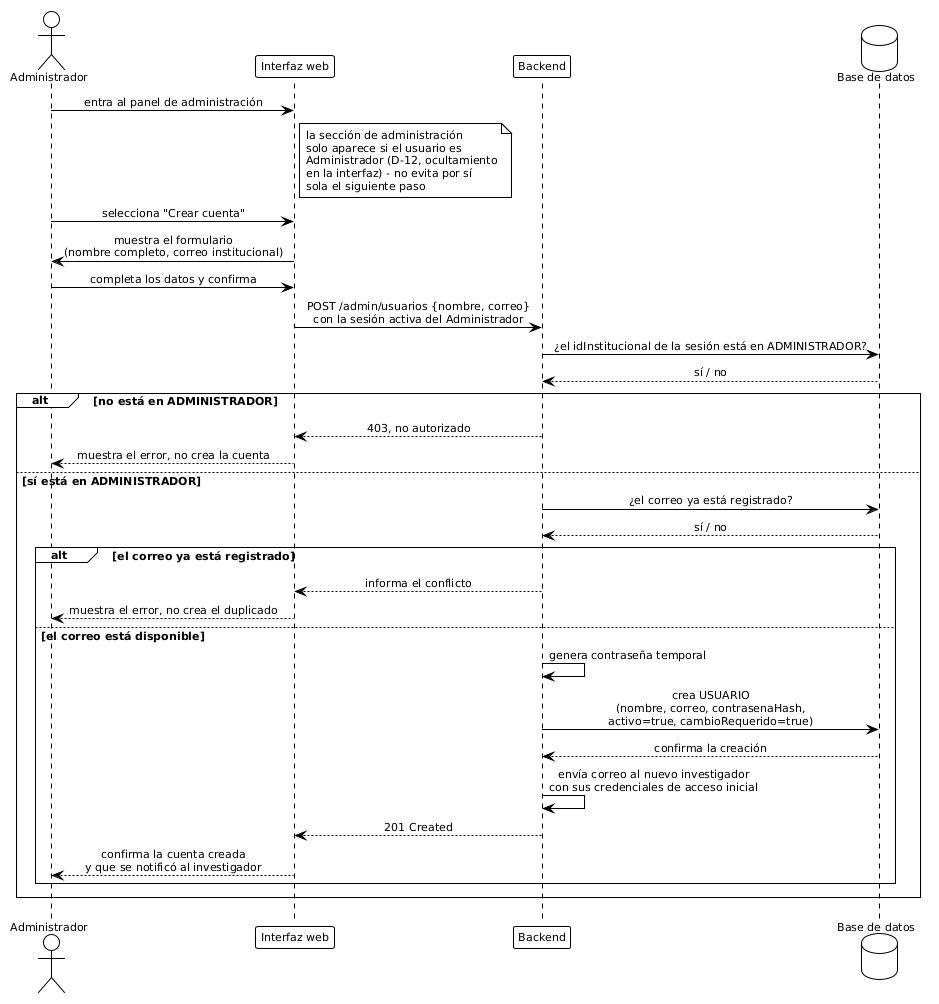
Above: figures/mermaid/seq_crear_cuenta.png in ErickJester/fst-ai-system-latex (PlantUML), before the change.
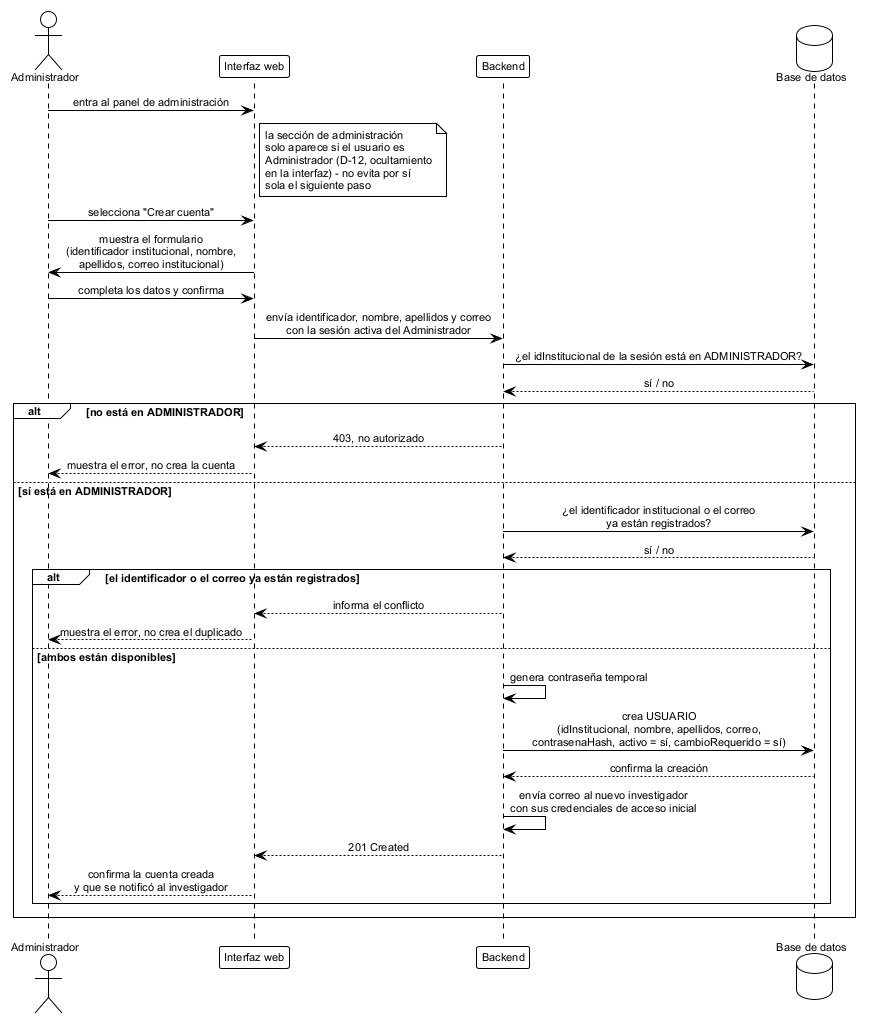
Later version of the same file.

Diff of the diagram source:
```diff
@@ -1,4 +1,4 @@
-@startuml
+@startuml seq_crear_cuenta
 
 !theme plain
 skinparam defaultFontName Arial
@@ -22,10 +22,10 @@
 end note
 
 admin -> ui: selecciona "Crear cuenta"
-ui -> admin: muestra el formulario\n(nombre completo, correo institucional)
+ui -> admin: muestra el formulario\n(identificador institucional, nombre,\napellidos, correo institucional)
 
 admin -> ui: completa los datos y confirma
-ui -> api: POST /admin/usuarios {nombre, correo}\ncon la sesión activa del Administrador
+ui -> api: envía identificador, nombre, apellidos y correo\ncon la sesión activa del Administrador
 
 api -> db: ¿el idInstitucional de la sesión está en ADMINISTRADOR?
 db --> api: sí / no
@@ -34,19 +34,20 @@
   api --> ui: 403, no autorizado
   ui --> admin: muestra el error, no crea la cuenta
 else sí está en ADMINISTRADOR
-  api -> db: ¿el correo ya está registrado?
+  api -> db: ¿el identificador institucional o el correo\nya están registrados?
   db --> api: sí / no
 
-  alt el correo ya está registrado
+  alt el identificador o el correo ya están registrados
     api --> ui: informa el conflicto
     ui --> admin: muestra el error, no crea el duplicado
-  else el correo está disponible
+  else ambos están disponibles
     api -> api: genera contraseña temporal
-    api -> db: crea USUARIO\n(nombre, correo, contrasenaHash,\nactivo=true, cambioRequerido=true)
+    api -> db: crea USUARIO\n(idInstitucional, nombre, apellidos, correo,\ncontrasenaHash, activo = sí, cambioRequerido = sí)
     db --> api: confirma la creación
     api -> api: envía correo al nuevo investigador\ncon sus credenciales de acceso inicial
     api --> ui: 201 Created
     ui --> admin: confirma la cuenta creada\ny que se notificó al investigador
   end
 end
+
 @enduml
```
